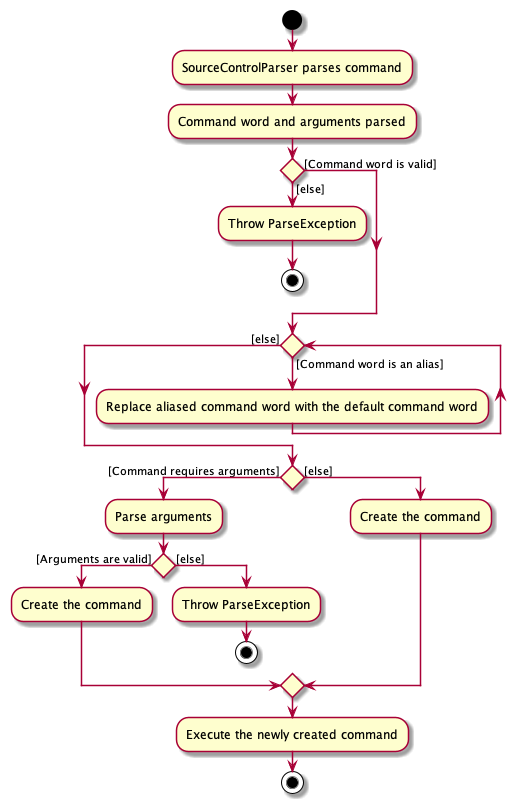
The PlantUML diagram docs/images/ParseActivityDiagram.png in nus-cs2103-AY2122S1/tp, before a commit.
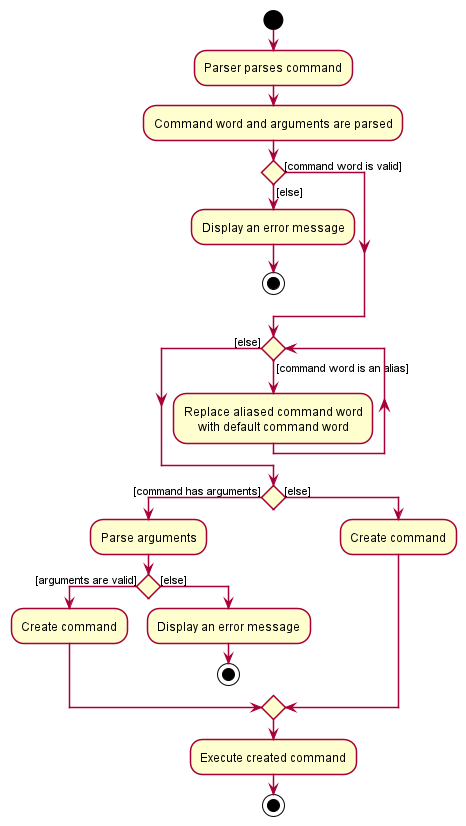
The same file after the commit.

The edit, as a diff of the source:
```diff
@@ -1,32 +1,33 @@
 @startuml
+!include style.puml
+
 start
-:SourceControlParser parses command;
+:Parser parses command;
+:Command word and arguments are parsed;
 
-:Command word and arguments parsed;
-
-if () then ([Command word is valid])
+if () then ([command word is valid])
 else ([else])
-    :Throw ParseException;
-    stop
+  :Display an error message;
+  stop
 endif
 
-while () is ([Command word is an alias])
-    :Replace aliased command word with the default command word;
+while () is ([command word is an alias])
+  :Replace aliased command word\nwith default command word;
 endwhile ([else])
 
-if () then ([Command requires arguments])
-    :Parse arguments;
-    if () then ([Arguments are valid])
-        :Create the command;
-    else ([else])
-        :Throw ParseException;
-        stop
-    endif
+if () then ([command has arguments])
+  :Parse arguments;
+  if () then ([arguments are valid])
+    :Create command;
+  else ([else])
+    :Display an error message;
+    stop
+  endif
 else ([else])
-    :Create the command;
+    :Create command;
 endif
 
-:Execute the newly created command;
+:Execute created command;
 
 stop
 @enduml
```
